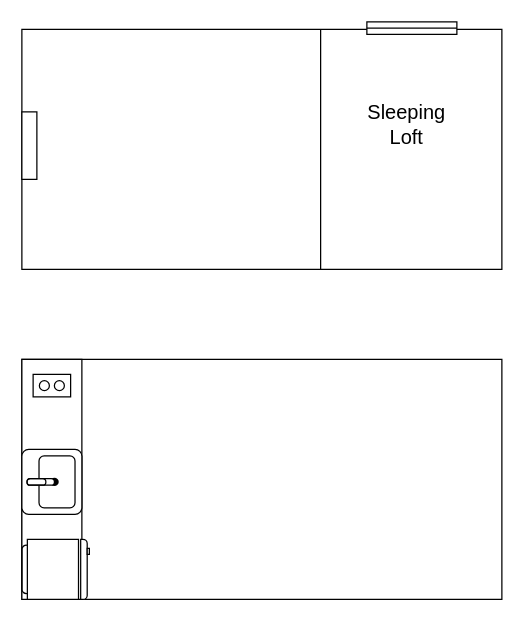
This is Library Catelog Program/Billings Floor Plan.drawio from ghthompson/Group-Project-for-Visual-Basic, a draw.io file, before an edit. Source tidied: cells renumbered, new cells numbered last; positions are measured from the earlier drawing's top-left corner, leaving out a move shared by most shapes. Both pictures are drawn from the tidied source at 125%, with x=0, y=0 at pixel (21, 21).
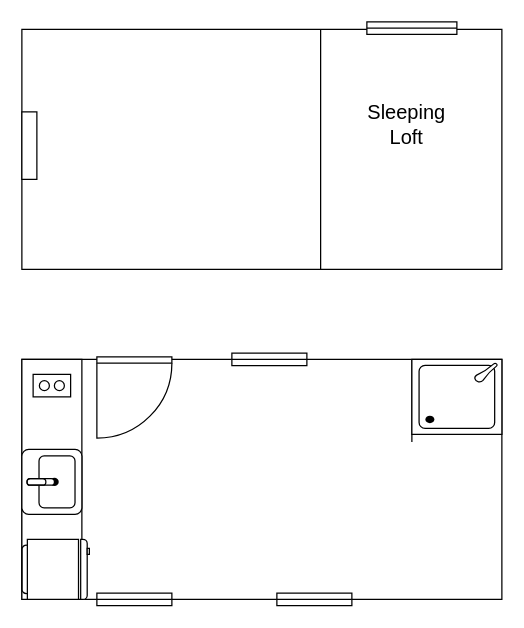
The same page after the edit.

The edit, as a diff of the source:
```diff
@@
 <mxGraphModel>
   <root>
     <mxCell id="0" />
     <mxCell id="1" parent="0" />
     <mxCell id="2" style="rounded=0;whiteSpace=wrap;html=1;" parent="1" vertex="1">
       <mxGeometry y="270" width="384" height="192" as="geometry" />
     </mxCell>
     <mxCell id="3" style="rounded=0;whiteSpace=wrap;html=1;strokeWidth=1;direction=south;" parent="1" vertex="1">
       <mxGeometry y="270" width="48" height="192" as="geometry" />
     </mxCell>
     <mxCell id="4" style="rounded=0;whiteSpace=wrap;html=1;" parent="1" vertex="1">
       <mxGeometry y="6" width="384" height="192" as="geometry" />
     </mxCell>
     <mxCell id="5" style="line;strokeWidth=1;direction=south;html=1;" parent="1" vertex="1">
       <mxGeometry x="234" y="6" width="10" height="192" as="geometry" />
     </mxCell>
     <mxCell id="6" style="verticalLabelPosition=bottom;html=1;verticalAlign=top;align=center;shape=mxgraph.floorplan.window;fillColor=#ffffff;strokeWidth=1;" parent="1" vertex="1">
       <mxGeometry x="276" width="72" height="10" as="geometry" />
     </mxCell>
     <mxCell id="7" style="rounded=0;whiteSpace=wrap;html=1;strokeWidth=1;" parent="1" vertex="1">
       <mxGeometry y="72" width="12" height="54" as="geometry" />
     </mxCell>
     <mxCell id="8" value="&lt;font style=&quot;font-size: 16px&quot;&gt;Sleeping Loft&lt;/font&gt;" style="text;html=1;strokeColor=none;fillColor=none;align=center;verticalAlign=middle;whiteSpace=wrap;rounded=0;" parent="1" vertex="1">
       <mxGeometry x="288" y="72" width="40" height="20" as="geometry" />
     </mxCell>
     <mxCell id="9" style="verticalLabelPosition=bottom;html=1;verticalAlign=top;align=center;shape=mxgraph.floorplan.refrigerator;strokeWidth=1;direction=north;" parent="1" vertex="1">
       <mxGeometry y="414" width="54" height="48" as="geometry" />
     </mxCell>
     <mxCell id="10" style="verticalLabelPosition=bottom;html=1;verticalAlign=top;align=center;shape=mxgraph.floorplan.sink_2;strokeWidth=1;direction=north;" parent="1" vertex="1">
       <mxGeometry y="342" width="48" height="52" as="geometry" />
     </mxCell>
     <mxCell id="11" style="rounded=0;whiteSpace=wrap;html=1;strokeWidth=1;" parent="1" vertex="1">
       <mxGeometry x="9" y="282" width="30" height="18" as="geometry" />
     </mxCell>
     <mxCell id="12" style="ellipse;whiteSpace=wrap;html=1;strokeWidth=1;" parent="1" vertex="1">
       <mxGeometry x="14" y="287" width="8" height="8" as="geometry" />
     </mxCell>
     <mxCell id="13" style="ellipse;whiteSpace=wrap;html=1;strokeWidth=1;" parent="1" vertex="1">
       <mxGeometry x="26" y="287" width="8" height="8" as="geometry" />
     </mxCell>
+    <mxCell id="14" style="verticalLabelPosition=bottom;html=1;verticalAlign=top;align=center;shape=mxgraph.floorplan.doorLeft;strokeWidth=1;" parent="1" vertex="1">
+      <mxGeometry x="60" y="268" width="60" height="64" as="geometry" />
+    </mxCell>
+    <mxCell id="15" style="verticalLabelPosition=bottom;html=1;verticalAlign=top;align=center;shape=mxgraph.floorplan.window;fillColor=#ffffff;strokeWidth=1;" parent="1" vertex="1">
+      <mxGeometry x="168" y="265" width="60" height="10" as="geometry" />
+    </mxCell>
+    <mxCell id="16" style="verticalLabelPosition=bottom;html=1;verticalAlign=top;align=center;shape=mxgraph.floorplan.window;fillColor=#ffffff;strokeWidth=1;" parent="1" vertex="1">
+      <mxGeometry x="204" y="457" width="60" height="10" as="geometry" />
+    </mxCell>
+    <mxCell id="17" style="verticalLabelPosition=bottom;html=1;verticalAlign=top;align=center;shape=mxgraph.floorplan.window;fillColor=#ffffff;strokeWidth=1;" parent="1" vertex="1">
+      <mxGeometry x="60" y="457" width="60" height="10" as="geometry" />
+    </mxCell>
+    <mxCell id="18" style="line;strokeWidth=1;direction=south;html=1;" parent="1" vertex="1">
+      <mxGeometry x="307" y="270" width="10" height="66" as="geometry" />
+    </mxCell>
+    <mxCell id="19" style="verticalLabelPosition=bottom;html=1;verticalAlign=top;align=center;shape=mxgraph.floorplan.shower;strokeWidth=1;" parent="1" vertex="1">
+      <mxGeometry x="312" y="270" width="72" height="60" as="geometry" />
+    </mxCell>
   </root>
 </mxGraphModel>
```
